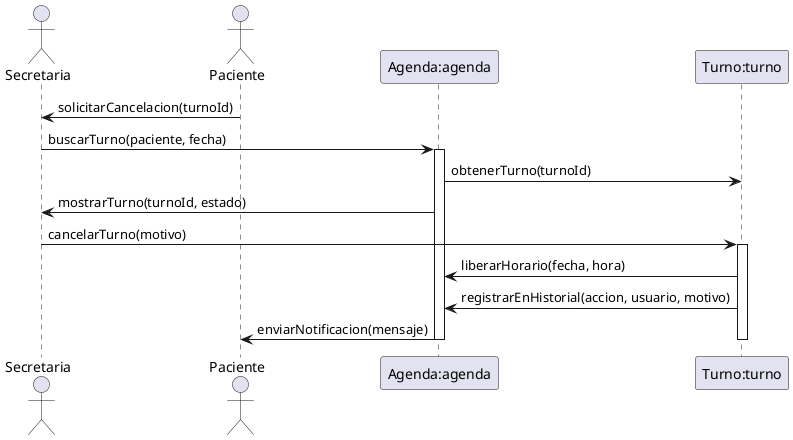
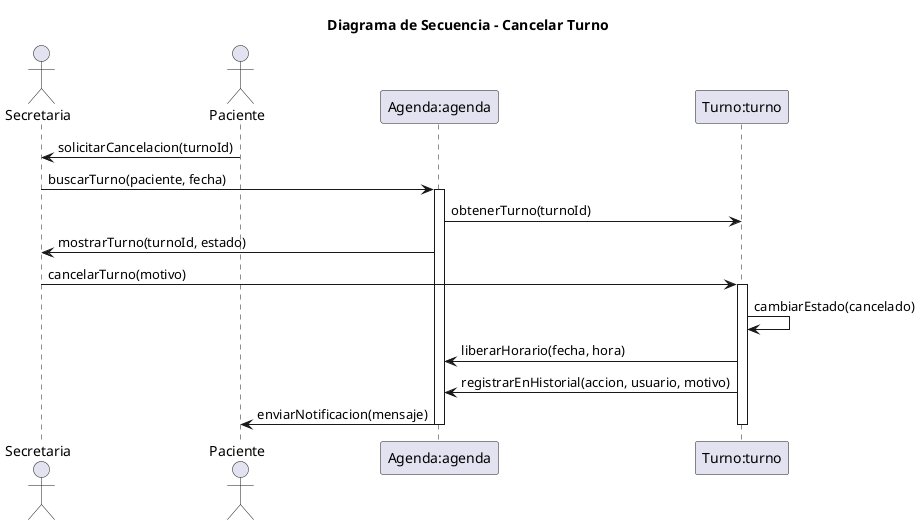
- @startuml Diagrama de Secuencia - Cancelar Turno
+ @startuml
+ title Diagrama de Secuencia - Cancelar Turno
' Nombre del escenario: Cancelar Turno - Flujo Principal
' Archivo: diagramas/03-escenarios-casos-de-uso/03-cancelar-turno-flujo-principal.md
' Objetivo: Representar la cancelación de un turno a solicitud del paciente, involucrando secretaria, paciente y sistema, basado en responsabilidades de CRC (Secretaria gestiona turnos, Turno modifica estados, Agenda libera horarios).

actor Secretaria as victoria
actor Paciente as roberto
participant "Agenda:agenda" as agenda
participant "Turno:turno" as turno

roberto -> victoria: solicitarCancelacion(turnoId)

victoria -> agenda: buscarTurno(paciente, fecha)
activate agenda

agenda -> turno: obtenerTurno(turnoId)
agenda -> victoria: mostrarTurno(turnoId, estado)

victoria -> turno: cancelarTurno(motivo)
activate turno

+ turno -> turno: cambiarEstado(cancelado)
turno -> agenda: liberarHorario(fecha, hora)
turno -> agenda: registrarEnHistorial(accion, usuario, motivo)

agenda -> roberto: enviarNotificacion(mensaje)

deactivate turno
deactivate agenda
@enduml